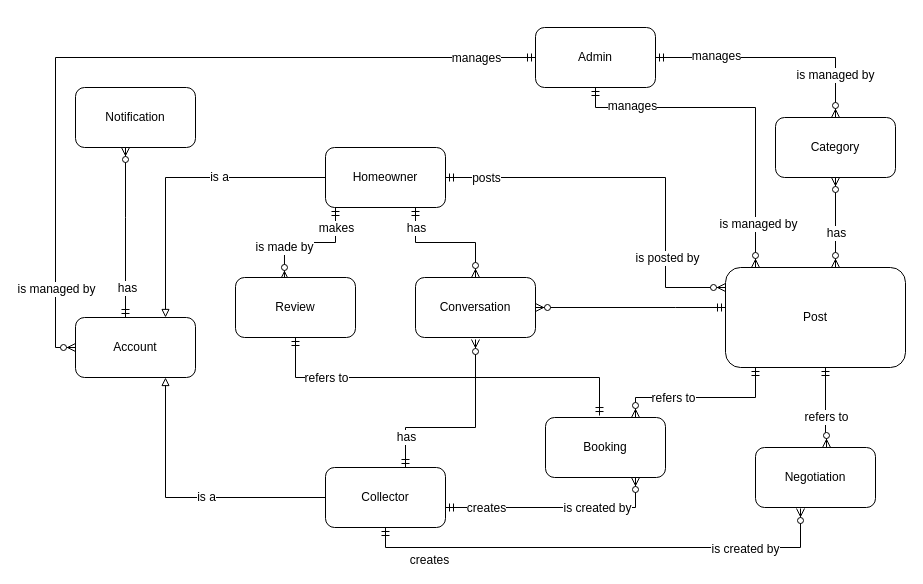
This is Document/Diagram/Scrap Collector Conceptual Diagram.drawio from datndse63093/Capstone_JS_Spring2020_FE_Doc, a draw.io file, before an edit. Source tidied: cells renumbered, new cells numbered last; positions are measured from the earlier drawing's top-left corner, leaving out a move shared by most shapes. Both pictures are drawn from the tidied source at 100%, with x=0, y=0 at pixel (75, 27).
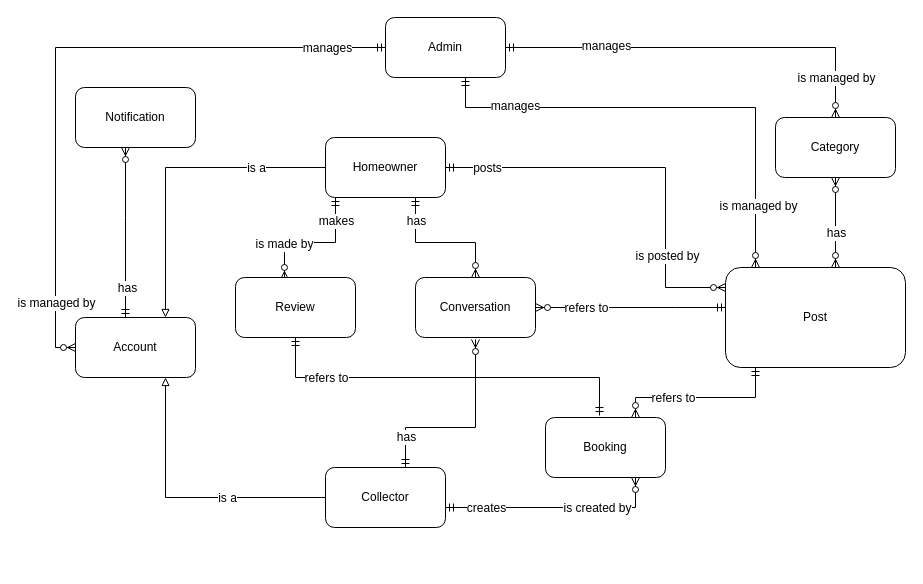
Above is the later version.

Commit message (it also covers changes not shown here):
update class diagram

Unchanged cells that the change refers to:
```xml
<mxCell id="2" value="Account" style="rounded=1;whiteSpace=wrap;html=1;" parent="1" vertex="1">
  <mxGeometry y="290" width="120" height="60" as="geometry" />
</mxCell>
<mxCell id="3" style="edgeStyle=orthogonalEdgeStyle;rounded=0;jettySize=auto;html=1;entryX=0;entryY=0.5;entryDx=0;entryDy=0;startArrow=ERmandOne;startFill=0;endArrow=ERzeroToMany;endFill=1;" parent="1" edge="1" source="12" target="2">
  <mxGeometry relative="1" as="geometry" />
</mxCell>
<mxCell id="6" style="edgeStyle=orthogonalEdgeStyle;rounded=0;jettySize=auto;html=1;exitX=1;exitY=0.5;exitDx=0;exitDy=0;startArrow=ERmandOne;startFill=0;endArrow=ERzeroToMany;endFill=1;" parent="1" edge="1" source="12" target="52">
  <mxGeometry relative="1" as="geometry" />
</mxCell>
<mxCell id="27" style="edgeStyle=orthogonalEdgeStyle;rounded=0;jettySize=auto;html=1;entryX=0.75;entryY=1;entryDx=0;entryDy=0;endArrow=block;endFill=0;" parent="1" edge="1" source="37" target="2">
  <mxGeometry relative="1" as="geometry">
    <Array as="points">
      <mxPoint x="90" y="470" />
    </Array>
  </mxGeometry>
</mxCell>
<mxCell id="37" value="Collector" style="rounded=1;whiteSpace=wrap;html=1;" parent="1" vertex="1">
  <mxGeometry x="250" y="440" width="120" height="60" as="geometry" />
</mxCell>
<mxCell id="44" style="edgeStyle=orthogonalEdgeStyle;rounded=0;jettySize=auto;html=1;startArrow=ERmandOne;startFill=0;endArrow=ERzeroToMany;endFill=1;" parent="1" edge="1" source="49" target="41">
  <mxGeometry relative="1" as="geometry">
    <Array as="points">
      <mxPoint x="600" y="280" />
      <mxPoint x="600" y="280" />
    </Array>
  </mxGeometry>
</mxCell>
<mxCell id="49" value="Post" style="rounded=1;whiteSpace=wrap;html=1;" parent="1" vertex="1">
  <mxGeometry x="650" y="240" width="180" height="100" as="geometry" />
</mxCell>
```

Diff of the diagram source:
```diff
@@
     <mxCell id="4" value="manages" style="text;html=1;align=center;verticalAlign=middle;labelBackgroundColor=#ffffff;" parent="3" vertex="1">
       <mxGeometry x="-0.91" y="2" relative="1" as="geometry">
-        <mxPoint x="-24" y="-2" as="offset" />
+        <mxPoint x="-30" y="-2" as="offset" />
       </mxGeometry>
     </mxCell>
@@
     <mxCell id="8" value="is managed by" style="text;html=1;align=center;verticalAlign=middle;labelBackgroundColor=#ffffff;" parent="6" vertex="1">
-      <mxGeometry x="0.49" y="-17" relative="1" as="geometry" />
+      <mxGeometry x="0.49" y="-17" relative="1" as="geometry">
+        <mxPoint x="32" y="13" as="offset" />
+      </mxGeometry>
     </mxCell>
     <mxCell id="9" style="edgeStyle=orthogonalEdgeStyle;rounded=0;jettySize=auto;html=1;startArrow=ERmandOne;startFill=0;endArrow=ERzeroToMany;endFill=1;" parent="1" edge="1" source="12" target="49">
       <mxGeometry relative="1" as="geometry">
         <Array as="points">
-          <mxPoint x="520" y="80" />
+          <mxPoint x="390" y="80" />
           <mxPoint x="680" y="80" />
         </Array>
       </mxGeometry>
     </mxCell>
@@
     <mxCell id="12" value="Admin" style="rounded=1;whiteSpace=wrap;html=1;" parent="1" vertex="1">
-      <mxGeometry x="460" width="120" height="60" as="geometry" />
+      <mxGeometry x="310" y="-10" width="120" height="60" as="geometry" />
     </mxCell>
@@
     <mxCell id="16" style="edgeStyle=orthogonalEdgeStyle;rounded=0;jettySize=auto;html=1;entryX=0.75;entryY=0;entryDx=0;entryDy=0;endArrow=block;endFill=0;" parent="1" edge="1" source="26" target="2">
       <mxGeometry relative="1" as="geometry">
         <Array as="points">
-          <mxPoint x="90" y="150" />
+          <mxPoint x="90" y="140" />
         </Array>
       </mxGeometry>
     </mxCell>
     <mxCell id="17" value="is a" style="text;html=1;align=center;verticalAlign=middle;labelBackgroundColor=#ffffff;" parent="16" vertex="1">
-      <mxGeometry x="-0.29" y="-1" relative="1" as="geometry" />
+      <mxGeometry x="-0.29" y="-1" relative="1" as="geometry">
+        <mxPoint x="40" y="1" as="offset" />
+      </mxGeometry>
     </mxCell>
     <mxCell id="18" style="edgeStyle=orthogonalEdgeStyle;rounded=0;jettySize=auto;html=1;startArrow=ERmandOne;startFill=0;endArrow=ERzeroToMany;endFill=1;" parent="1" edge="1" source="26" target="49">
       <mxGeometry relative="1" as="geometry">
         <Array as="points">
-          <mxPoint x="590" y="150" />
+          <mxPoint x="590" y="140" />
           <mxPoint x="590" y="260" />
         </Array>
       </mxGeometry>
     </mxCell>
@@
     <mxCell id="26" value="Homeowner" style="rounded=1;whiteSpace=wrap;html=1;" parent="1" vertex="1">
-      <mxGeometry x="250" y="120" width="120" height="60" as="geometry" />
+      <mxGeometry x="250" y="110" width="120" height="60" as="geometry" />
     </mxCell>
@@
     <mxCell id="28" value="is a" style="text;html=1;align=center;verticalAlign=middle;labelBackgroundColor=#ffffff;" parent="27" vertex="1">
-      <mxGeometry x="-0.14" y="-1" relative="1" as="geometry" />
+      <mxGeometry x="-0.14" y="-1" relative="1" as="geometry">
+        <mxPoint x="21" y="1" as="offset" />
+      </mxGeometry>
     </mxCell>
@@
-    <mxCell id="34" style="edgeStyle=orthogonalEdgeStyle;rounded=0;jettySize=auto;html=1;entryX=0.375;entryY=1.017;entryDx=0;entryDy=0;startArrow=ERmandOne;startFill=0;endArrow=ERzeroToMany;endFill=1;entryPerimeter=0;" parent="1" edge="1" source="37" target="51">
-      <mxGeometry relative="1" as="geometry">
-        <Array as="points">
-          <mxPoint x="310" y="520" />
-          <mxPoint x="725" y="520" />
-        </Array>
-      </mxGeometry>
-    </mxCell>
-    <mxCell id="35" value="creates" style="text;html=1;align=center;verticalAlign=middle;labelBackgroundColor=#ffffff;" parent="34" vertex="1">
-      <mxGeometry x="-0.92" y="13" relative="1" as="geometry">
-        <mxPoint x="30" y="13" as="offset" />
-      </mxGeometry>
-    </mxCell>
-    <mxCell id="36" value="is created by" style="text;html=1;align=center;verticalAlign=middle;labelBackgroundColor=#ffffff;" parent="34" vertex="1">
-      <mxGeometry x="0.6" y="-1" relative="1" as="geometry" />
-    </mxCell>
@@
+    <mxCell id="48" value="refers to" style="text;html=1;align=center;verticalAlign=middle;labelBackgroundColor=#ffffff;" parent="44" vertex="1">
+      <mxGeometry x="0.11" y="-1" relative="1" as="geometry">
+        <mxPoint x="-35" y="1" as="offset" />
+      </mxGeometry>
+    </mxCell>
@@
-    <mxCell id="47" style="edgeStyle=orthogonalEdgeStyle;rounded=0;jettySize=auto;html=1;entryX=0.592;entryY=0;entryDx=0;entryDy=0;entryPerimeter=0;startArrow=ERmandOne;startFill=0;endArrow=ERzeroToMany;endFill=1;" parent="1" edge="1" source="49" target="51">
-      <mxGeometry relative="1" as="geometry">
-        <Array as="points">
-          <mxPoint x="750" y="410" />
-        </Array>
-      </mxGeometry>
-    </mxCell>
-    <mxCell id="48" value="refers to" style="text;html=1;align=center;verticalAlign=middle;labelBackgroundColor=#ffffff;" parent="47" vertex="1">
-      <mxGeometry x="0.75" y="20" relative="1" as="geometry">
-        <mxPoint x="-20" y="-20" as="offset" />
-      </mxGeometry>
-    </mxCell>
@@
-    <mxCell id="51" value="Negotiation" style="rounded=1;whiteSpace=wrap;html=1;" parent="1" vertex="1">
-      <mxGeometry x="680" y="420" width="120" height="60" as="geometry" />
-    </mxCell>
```
